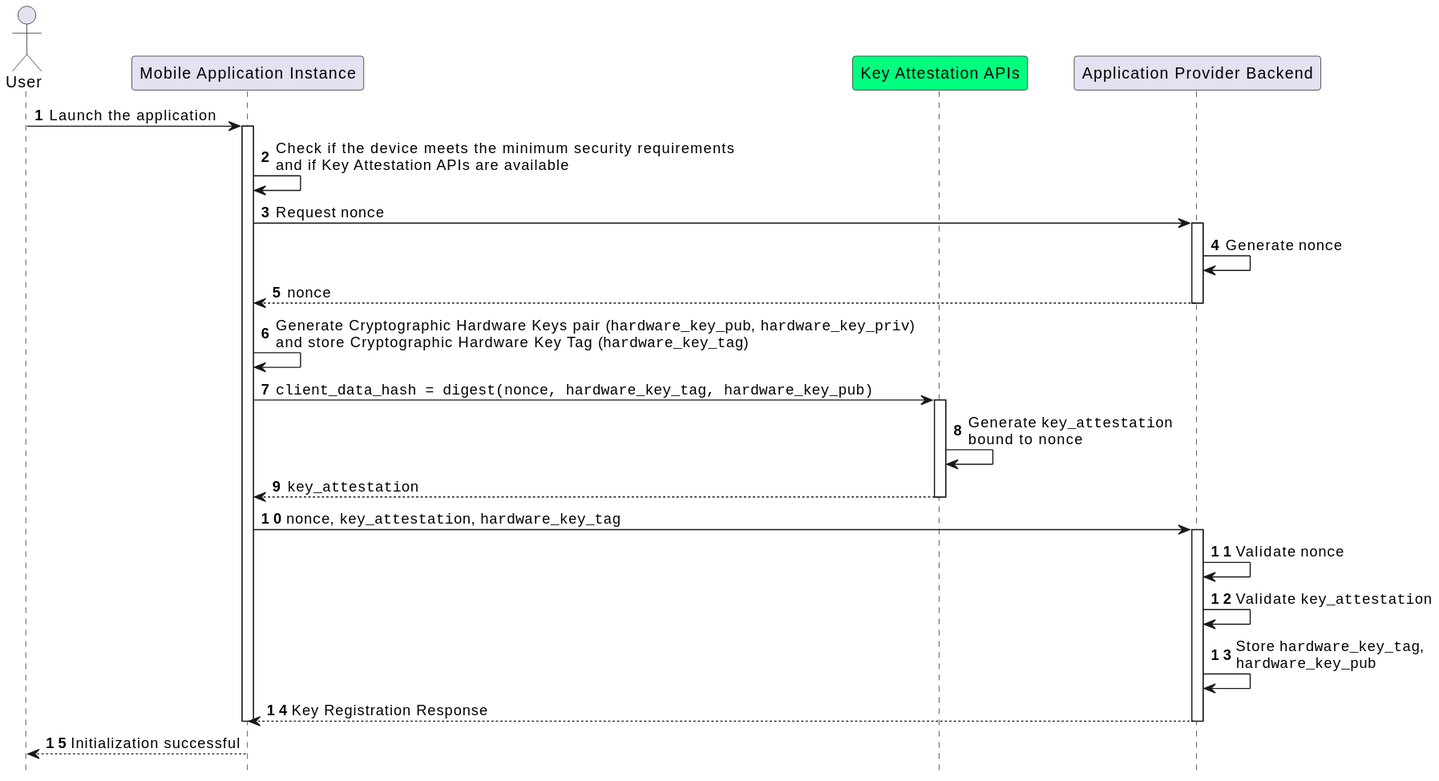
Before: images/application_instance_initialization.svg, a diagram exported from PlantUML (italia/eid-wallet-it-docs).
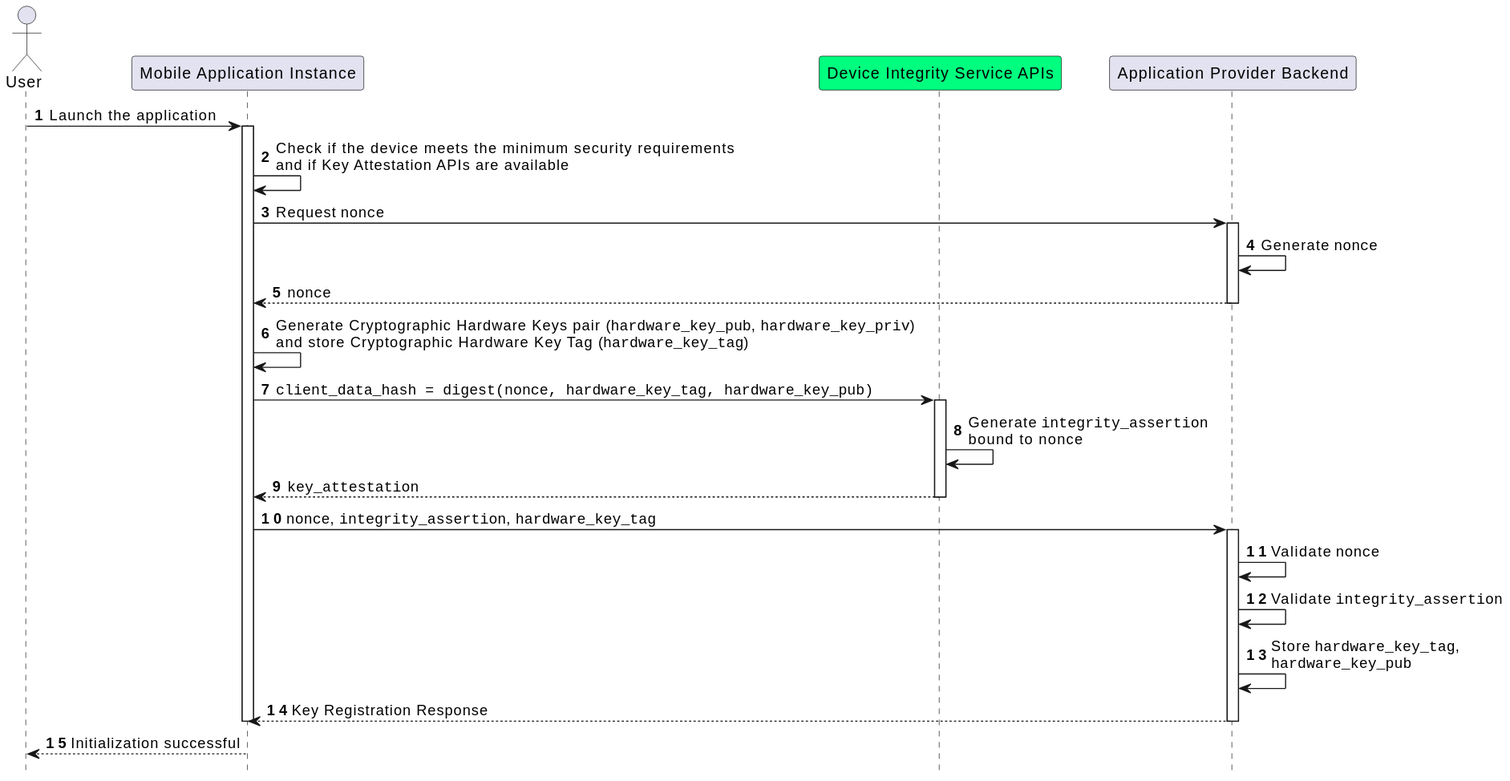
Above is the later version.

Commit message:
key_assertion_fixes+_sd

The edit, as a diff of the source:
```diff
@@ -4,7 +4,7 @@
 
 actor "User" as user
 participant "Mobile Application Instance" as app
-participant "Key Attestation APIs" as aats #springgreen
+participant "Device Integrity Service APIs" as aats #springgreen
 participant "Application Provider Backend" as bck
 
 user->app: Launch the application
@@ -25,17 +25,17 @@
 app->aats: ""client_data_hash = digest(nonce, hardware_key_tag, hardware_key_pub)""
 activate aats
 
-aats->aats: Generate ""key_attestation""\nbound to nonce
+aats->aats: Generate ""integrity_assertion""\nbound to nonce
 
 aats-->app: ""key_attestation""
 deactivate aats
 
-app->bck: ""nonce"", ""key_attestation"", ""hardware_key_tag""
+app->bck: ""nonce"", ""integrity_assertion"", ""hardware_key_tag""
 activate bck
 
 bck->bck: Validate ""nonce""
 
-bck->bck: Validate ""key_attestation""
+bck->bck: Validate ""integrity_assertion""
 
 bck->bck: Store ""hardware_key_tag"",\n""hardware_key_pub""
 
```
